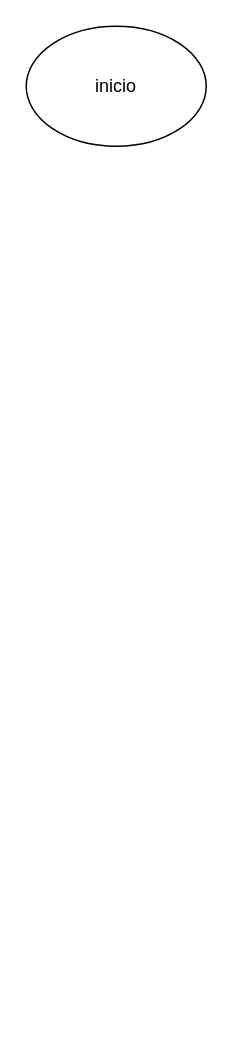
Before: variaveiseoperadoresaritimeticos1F/conversaomoeda.drawio in Marianastyle/PA_2025, a draw.io diagram. Source tidied: cells renumbered, new cells numbered last; positions are measured from the earlier drawing's top-left corner, leaving out a move shared by most shapes. Both pictures are drawn from the tidied source at 150%, with x=0, y=0 at pixel (26, 26).
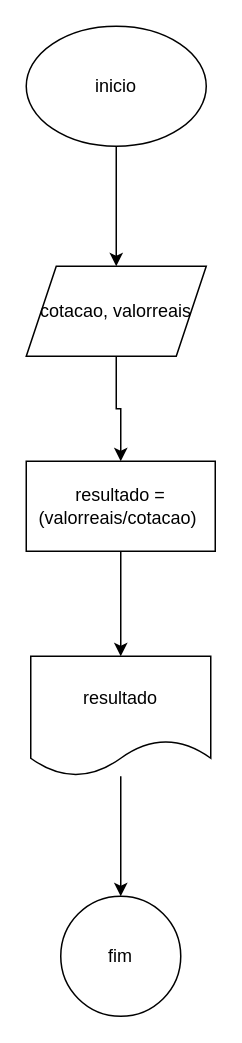
The same diagram, later.

Diff of the diagram source:
```diff
@@
 <mxGraphModel>
   <root>
     <mxCell id="0" />
     <mxCell id="1" parent="0" />
+    <mxCell id="3" style="edgeStyle=orthogonalEdgeStyle;rounded=0;jettySize=auto;html=1;" parent="1" edge="1" source="2" target="5">
+      <mxGeometry relative="1" as="geometry" />
+    </mxCell>
     <mxCell id="2" value="inicio" style="ellipse;whiteSpace=wrap;html=1;" parent="1" vertex="1">
       <mxGeometry width="120" height="80" as="geometry" />
     </mxCell>
+    <mxCell id="4" style="edgeStyle=orthogonalEdgeStyle;rounded=0;jettySize=auto;html=1;" parent="1" edge="1" source="5" target="7">
+      <mxGeometry relative="1" as="geometry" />
+    </mxCell>
+    <mxCell id="5" value="cotacao, valorreais" style="shape=parallelogram;perimeter=parallelogramPerimeter;whiteSpace=wrap;html=1;fixedSize=1;" parent="1" vertex="1">
+      <mxGeometry y="160" width="120" height="60" as="geometry" />
+    </mxCell>
+    <mxCell id="6" style="edgeStyle=orthogonalEdgeStyle;rounded=0;jettySize=auto;html=1;" parent="1" edge="1" source="7" target="9">
+      <mxGeometry relative="1" as="geometry" />
+    </mxCell>
+    <mxCell id="7" value="resultado = (valorreais/cotacao)&amp;nbsp;" style="whiteSpace=wrap;html=1;" parent="1" vertex="1">
+      <mxGeometry y="290" width="126" height="60" as="geometry" />
+    </mxCell>
+    <mxCell id="8" style="edgeStyle=orthogonalEdgeStyle;rounded=0;jettySize=auto;html=1;" parent="1" edge="1" source="9" target="10">
+      <mxGeometry relative="1" as="geometry" />
+    </mxCell>
+    <mxCell id="9" value="resultado" style="shape=document;whiteSpace=wrap;html=1;boundedLbl=1;" parent="1" vertex="1">
+      <mxGeometry x="3" y="420" width="120" height="80" as="geometry" />
+    </mxCell>
+    <mxCell id="10" value="fim" style="ellipse;whiteSpace=wrap;html=1;" parent="1" vertex="1">
+      <mxGeometry x="23" y="580" width="80" height="80" as="geometry" />
+    </mxCell>
   </root>
 </mxGraphModel>
```
